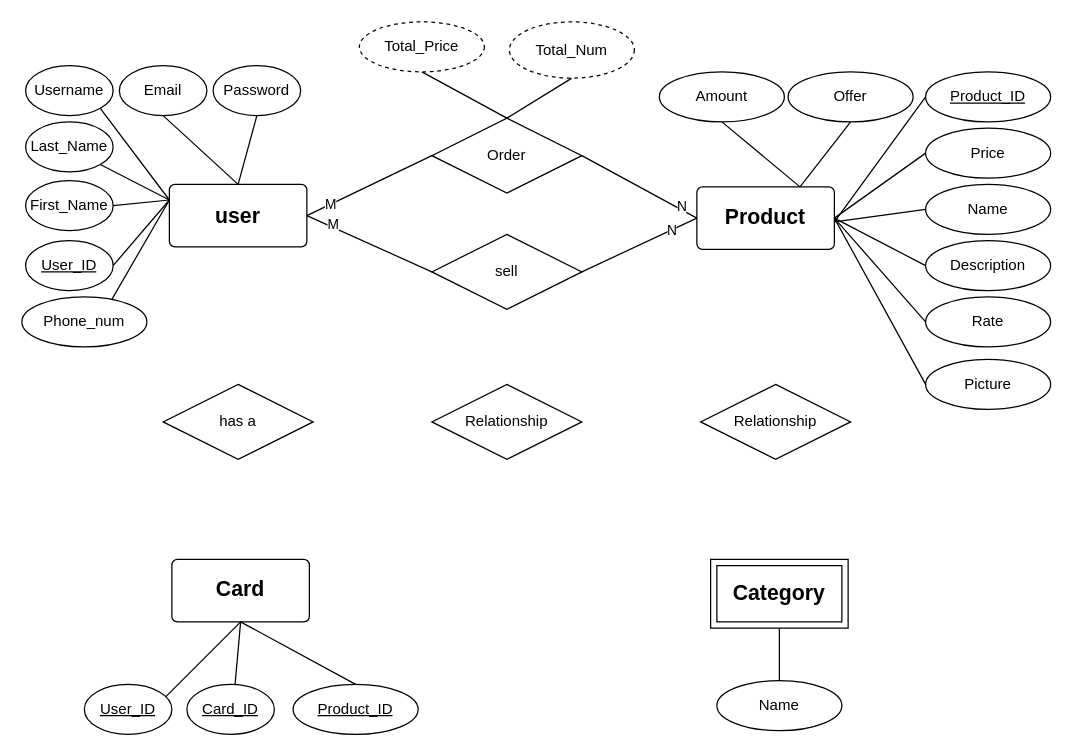
khaledkaram510/SWE-project keeps this draw.io diagram as digrams/ERD-Digram.drawio. Above is the earlier version. Source tidied: cells renumbered, new cells numbered last; positions are measured from the earlier drawing's top-left corner, leaving out a move shared by most shapes. Both pictures are drawn from the tidied source at 125%, with x=0, y=0 at pixel (21, 21).
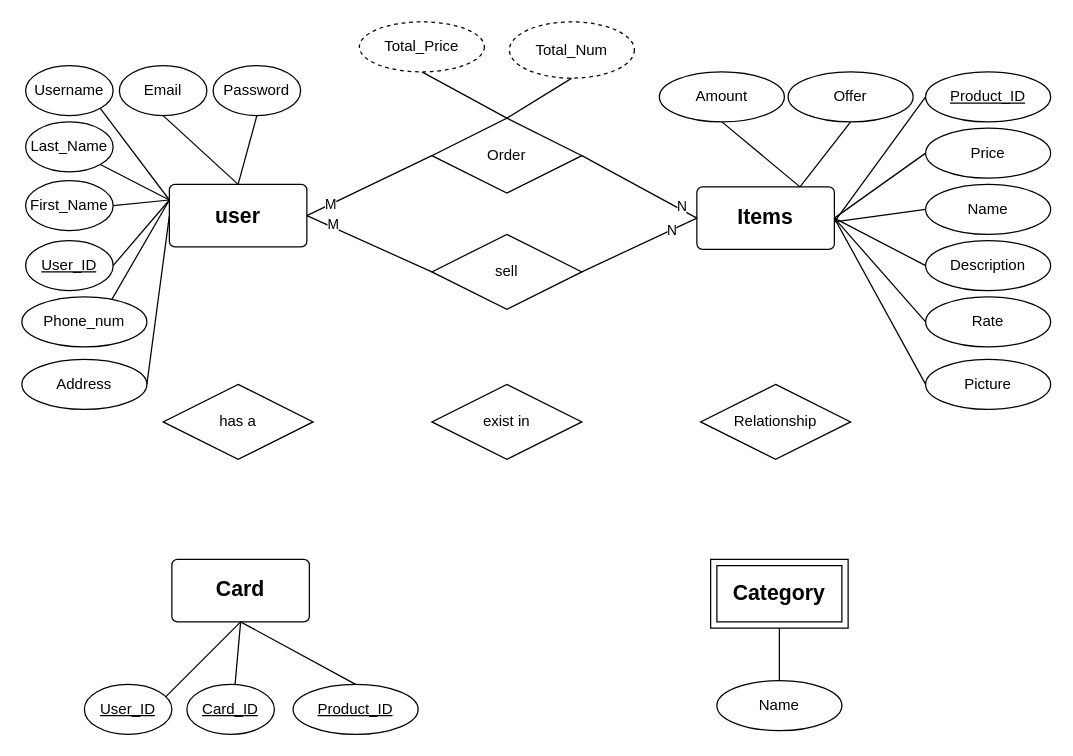
After the change.

Unchanged cells that the change refers to:
```xml
<mxCell id="3" value="&lt;div style=&quot;font-size: 18px;&quot;&gt;&lt;font size=&quot;1&quot;&gt;&lt;b&gt;&lt;font style=&quot;font-size: 17px;&quot;&gt;user&lt;/font&gt;&lt;/b&gt;&lt;/font&gt;&lt;/div&gt;" style="rounded=1;arcSize=9;whiteSpace=wrap;html=1;align=center;" parent="1" vertex="1">
  <mxGeometry x="118" y="130" width="110" height="50" as="geometry" />
</mxCell>
```

Change to the diagram source:
```diff
@@
+    <mxCell id="61" style="rounded=0;jettySize=auto;html=1;exitX=0;exitY=0.5;exitDx=0;exitDy=0;entryX=1;entryY=0.5;entryDx=0;entryDy=0;endArrow=none;endFill=0;" parent="1" edge="1" source="3" target="62">
+      <mxGeometry relative="1" as="geometry" />
+    </mxCell>
@@
-    <mxCell id="18" value="&lt;font style=&quot;font-size: 17px;&quot;&gt;&lt;b&gt;Product&lt;/b&gt;&lt;/font&gt;" style="rounded=1;arcSize=9;whiteSpace=wrap;html=1;align=center;" parent="1" vertex="1">
+    <mxCell id="18" value="&lt;font style=&quot;font-size: 17px;&quot;&gt;&lt;b&gt;Items&lt;/b&gt;&lt;/font&gt;" style="rounded=1;arcSize=9;whiteSpace=wrap;html=1;align=center;" parent="1" vertex="1">
       <mxGeometry x="540" y="132" width="110" height="50" as="geometry" />
     </mxCell>
@@
-    <mxCell id="59" value="Relationship" style="shape=rhombus;perimeter=rhombusPerimeter;whiteSpace=wrap;html=1;align=center;" parent="1" vertex="1">
+    <mxCell id="59" value="exist in" style="shape=rhombus;perimeter=rhombusPerimeter;whiteSpace=wrap;html=1;align=center;" parent="1" vertex="1">
       <mxGeometry x="328" y="290" width="120" height="60" as="geometry" />
     </mxCell>
@@
+    <mxCell id="62" value="Address" style="ellipse;whiteSpace=wrap;html=1;align=center;" parent="1" vertex="1">
+      <mxGeometry y="270" width="100" height="40" as="geometry" />
+    </mxCell>
```
